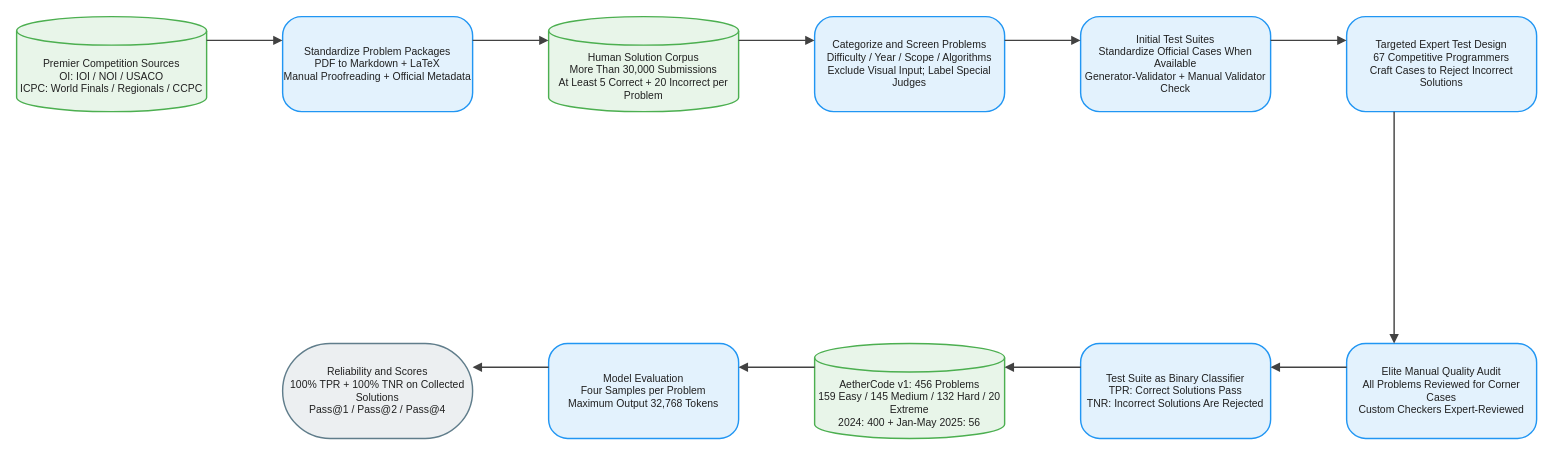
The draw.io diagram client/public/drawio/AetherCode/AetherCode.en.drawio in joe1chief/benchmark-hub, before the edit. Source tidied: cells renumbered, new cells numbered last; positions are measured from the earlier drawing's top-left corner, leaving out a move shared by most shapes. Both pictures are drawn from the tidied source at 95%, with x=0, y=0 at pixel (16, 16).
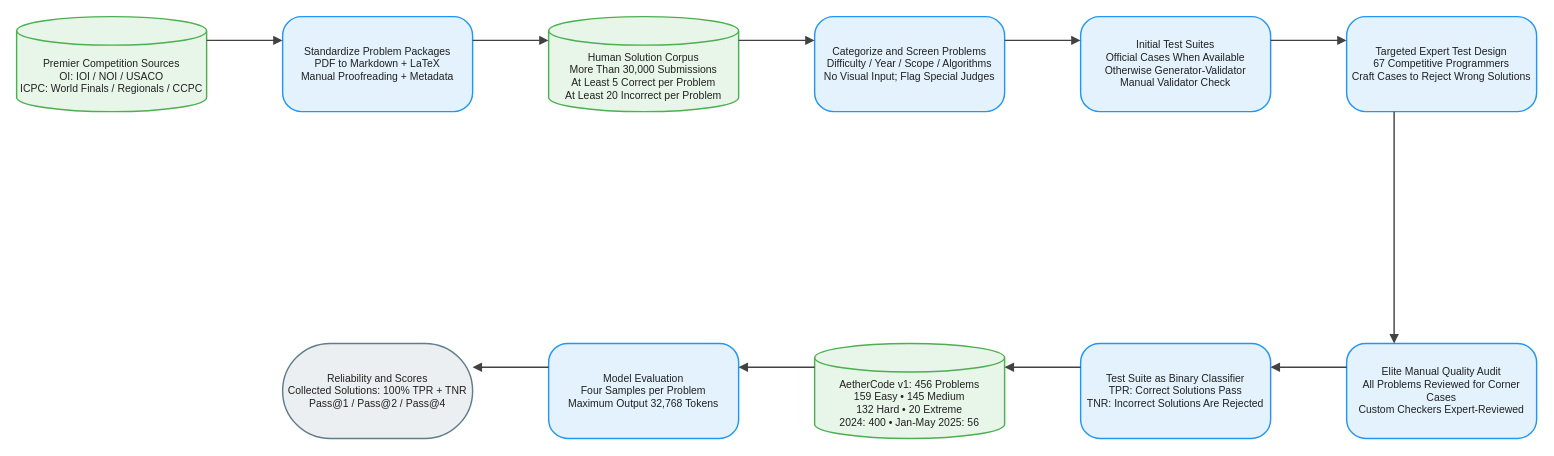
Above is the later version.

Change to the diagram source:
```diff
@@
-    <mxCell id="3" value="Standardize Problem Packages&#10;PDF to Markdown + LaTeX&#10;Manual Proofreading + Official Metadata" style="rounded=1;arcSize=20;html=0;convertToSvg=1;whiteSpace=wrap;fillColor=#E3F2FD;strokeColor=#2196F3;strokeWidth=1.5;fontColor=#212121;fontSize=11;fontFamily=Arial, Helvetica, sans-serif;verticalAlign=middle;align=center;" parent="1" vertex="1">
+    <mxCell id="3" value="Standardize Problem Packages&#10;PDF to Markdown + LaTeX&#10;Manual Proofreading + Metadata" style="rounded=1;arcSize=20;html=0;convertToSvg=1;whiteSpace=wrap;fillColor=#E3F2FD;strokeColor=#2196F3;strokeWidth=1.5;fontColor=#212121;fontSize=11;fontFamily=Arial, Helvetica, sans-serif;verticalAlign=middle;align=center;" parent="1" vertex="1">
       <mxGeometry x="280" width="200" height="100" as="geometry" />
     </mxCell>
-    <mxCell id="4" value="Human Solution Corpus&#10;More Than 30,000 Submissions&#10;At Least 5 Correct + 20 Incorrect per Problem" style="shape=cylinder3;boundedLbl=1;backgroundOutline=1;size=15;html=0;convertToSvg=1;whiteSpace=wrap;fillColor=#E8F5E9;strokeColor=#4CAF50;strokeWidth=1.5;fontColor=#212121;fontSize=11;fontFamily=Arial, Helvetica, sans-serif;verticalAlign=middle;align=center;" parent="1" vertex="1">
+    <mxCell id="4" value="Human Solution Corpus&#10;More Than 30,000 Submissions&#10;At Least 5 Correct per Problem&#10;At Least 20 Incorrect per Problem" style="shape=cylinder3;boundedLbl=1;backgroundOutline=1;size=15;html=0;convertToSvg=1;whiteSpace=wrap;fillColor=#E8F5E9;strokeColor=#4CAF50;strokeWidth=1.5;fontColor=#212121;fontSize=11;fontFamily=Arial, Helvetica, sans-serif;verticalAlign=middle;align=center;" parent="1" vertex="1">
       <mxGeometry x="560" width="200" height="100" as="geometry" />
     </mxCell>
-    <mxCell id="5" value="Categorize and Screen Problems&#10;Difficulty / Year / Scope / Algorithms&#10;Exclude Visual Input; Label Special Judges" style="rounded=1;arcSize=20;html=0;convertToSvg=1;whiteSpace=wrap;fillColor=#E3F2FD;strokeColor=#2196F3;strokeWidth=1.5;fontColor=#212121;fontSize=11;fontFamily=Arial, Helvetica, sans-serif;verticalAlign=middle;align=center;" parent="1" vertex="1">
+    <mxCell id="5" value="Categorize and Screen Problems&#10;Difficulty / Year / Scope / Algorithms&#10;No Visual Input; Flag Special Judges" style="rounded=1;arcSize=20;html=0;convertToSvg=1;whiteSpace=wrap;fillColor=#E3F2FD;strokeColor=#2196F3;strokeWidth=1.5;fontColor=#212121;fontSize=11;fontFamily=Arial, Helvetica, sans-serif;verticalAlign=middle;align=center;" parent="1" vertex="1">
       <mxGeometry x="840" width="200" height="100" as="geometry" />
     </mxCell>
-    <mxCell id="6" value="Initial Test Suites&#10;Standardize Official Cases When Available&#10;Generator-Validator + Manual Validator Check" style="rounded=1;arcSize=20;html=0;convertToSvg=1;whiteSpace=wrap;fillColor=#E3F2FD;strokeColor=#2196F3;strokeWidth=1.5;fontColor=#212121;fontSize=11;fontFamily=Arial, Helvetica, sans-serif;verticalAlign=middle;align=center;" parent="1" vertex="1">
+    <mxCell id="6" value="Initial Test Suites&#10;Official Cases When Available&#10;Otherwise Generator-Validator&#10;Manual Validator Check" style="rounded=1;arcSize=20;html=0;convertToSvg=1;whiteSpace=wrap;fillColor=#E3F2FD;strokeColor=#2196F3;strokeWidth=1.5;fontColor=#212121;fontSize=11;fontFamily=Arial, Helvetica, sans-serif;verticalAlign=middle;align=center;" parent="1" vertex="1">
       <mxGeometry x="1120" width="200" height="100" as="geometry" />
     </mxCell>
-    <mxCell id="7" value="Targeted Expert Test Design&#10;67 Competitive Programmers&#10;Craft Cases to Reject Incorrect Solutions" style="rounded=1;arcSize=20;html=0;convertToSvg=1;whiteSpace=wrap;fillColor=#E3F2FD;strokeColor=#2196F3;strokeWidth=1.5;fontColor=#212121;fontSize=11;fontFamily=Arial, Helvetica, sans-serif;verticalAlign=middle;align=center;" parent="1" vertex="1">
+    <mxCell id="7" value="Targeted Expert Test Design&#10;67 Competitive Programmers&#10;Craft Cases to Reject Wrong Solutions" style="rounded=1;arcSize=20;html=0;convertToSvg=1;whiteSpace=wrap;fillColor=#E3F2FD;strokeColor=#2196F3;strokeWidth=1.5;fontColor=#212121;fontSize=11;fontFamily=Arial, Helvetica, sans-serif;verticalAlign=middle;align=center;" parent="1" vertex="1">
       <mxGeometry x="1400" width="200" height="100" as="geometry" />
     </mxCell>
@@
-    <mxCell id="10" value="AetherCode v1: 456 Problems&#10;159 Easy / 145 Medium / 132 Hard / 20 Extreme&#10;2024: 400 + Jan-May 2025: 56" style="shape=cylinder3;boundedLbl=1;backgroundOutline=1;size=15;html=0;convertToSvg=1;whiteSpace=wrap;fillColor=#E8F5E9;strokeColor=#4CAF50;strokeWidth=1.5;fontColor=#212121;fontSize=11;fontFamily=Arial, Helvetica, sans-serif;verticalAlign=middle;align=center;" parent="1" vertex="1">
+    <mxCell id="10" value="AetherCode v1: 456 Problems&#10;159 Easy • 145 Medium&#10;132 Hard • 20 Extreme&#10;2024: 400 • Jan-May 2025: 56" style="shape=cylinder3;boundedLbl=1;backgroundOutline=1;size=15;html=0;convertToSvg=1;whiteSpace=wrap;fillColor=#E8F5E9;strokeColor=#4CAF50;strokeWidth=1.5;fontColor=#212121;fontSize=11;fontFamily=Arial, Helvetica, sans-serif;verticalAlign=middle;align=center;" parent="1" vertex="1">
       <mxGeometry x="840" y="344" width="200" height="100" as="geometry" />
     </mxCell>
@@
-    <mxCell id="12" value="Reliability and Scores&#10;100% TPR + 100% TNR on Collected Solutions&#10;Pass@1 / Pass@2 / Pass@4" style="rounded=1;arcSize=50;html=0;convertToSvg=1;whiteSpace=wrap;fillColor=#ECEFF1;strokeColor=#607D8B;strokeWidth=1.5;fontColor=#212121;fontSize=11;fontFamily=Arial, Helvetica, sans-serif;verticalAlign=middle;align=center;" parent="1" vertex="1">
+    <mxCell id="12" value="Reliability and Scores&#10;Collected Solutions: 100% TPR + TNR&#10;Pass@1 / Pass@2 / Pass@4" style="rounded=1;arcSize=50;html=0;convertToSvg=1;whiteSpace=wrap;fillColor=#ECEFF1;strokeColor=#607D8B;strokeWidth=1.5;fontColor=#212121;fontSize=11;fontFamily=Arial, Helvetica, sans-serif;verticalAlign=middle;align=center;" parent="1" vertex="1">
       <mxGeometry x="280" y="344" width="200" height="100" as="geometry" />
     </mxCell>
```
